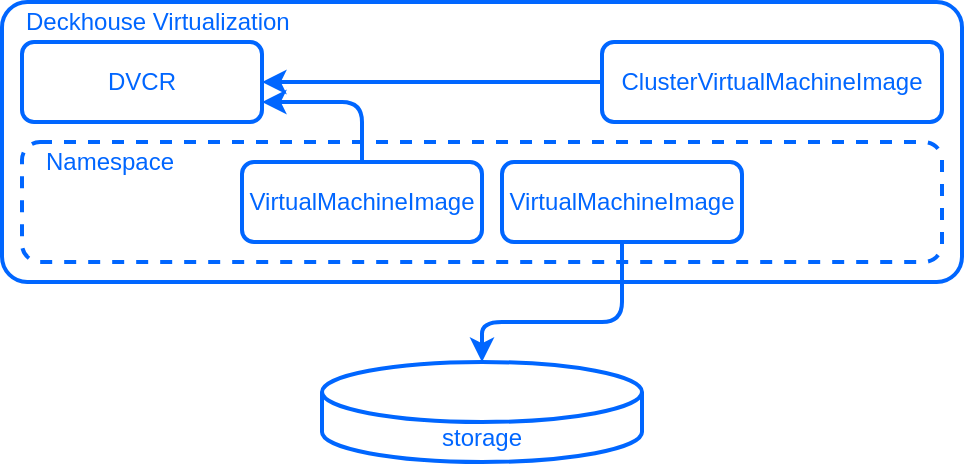
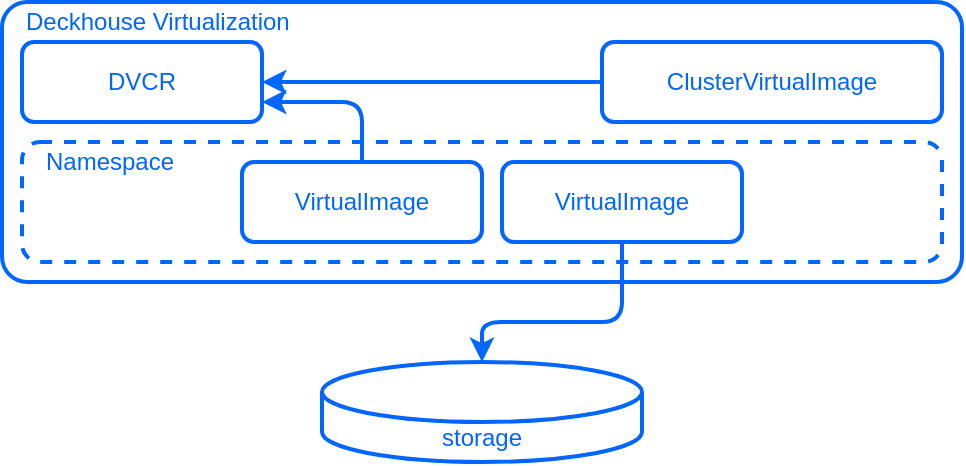
<mxfile host="65bd71144e">
    <diagram id="E2TP2AmZqmfv6rPX08LN" name="Page-1">
        <mxGraphModel dx="711" dy="626" grid="1" gridSize="10" guides="1" tooltips="1" connect="1" arrows="1" fold="1" page="1" pageScale="1" pageWidth="690" pageHeight="980" math="0" shadow="0">
            <root>
                <mxCell id="0"/>
                <mxCell id="1" parent="0"/>
                <mxCell id="2" value="" style="rounded=1;whiteSpace=wrap;html=1;fillColor=#FFFFFF;fontColor=#0066ff;strokeColor=#0066ff;strokeWidth=2;arcSize=9;" parent="1" vertex="1">
                    <mxGeometry x="80" y="260" width="480" height="140" as="geometry"/>
                </mxCell>
                <mxCell id="4" value="" style="rounded=1;whiteSpace=wrap;html=1;dashed=1;fillColor=none;fontColor=#0066ff;strokeColor=#0066ff;strokeWidth=2;" parent="1" vertex="1">
                    <mxGeometry x="90" y="330" width="460" height="60" as="geometry"/>
                </mxCell>
                <mxCell id="5" value="Namespace" style="text;html=1;strokeColor=none;fillColor=none;align=left;verticalAlign=middle;whiteSpace=wrap;rounded=0;fontColor=#0066ff;strokeWidth=2;" parent="1" vertex="1">
                    <mxGeometry x="100" y="330" width="90" height="20" as="geometry"/>
                </mxCell>
                <mxCell id="6" value="Deckhouse Virtualization" style="text;html=1;strokeColor=none;fillColor=none;align=left;verticalAlign=middle;whiteSpace=wrap;rounded=0;fontColor=#0066ff;strokeWidth=2;" parent="1" vertex="1">
                    <mxGeometry x="90" y="260" width="140" height="20" as="geometry"/>
                </mxCell>
                <mxCell id="12" style="edgeStyle=orthogonalEdgeStyle;html=1;exitX=0.5;exitY=1;exitDx=0;exitDy=0;entryX=0.5;entryY=0;entryDx=0;entryDy=0;entryPerimeter=0;fillColor=#f5f5f5;strokeColor=#0066ff;strokeWidth=2;fontColor=#0066ff;" parent="1" source="17" target="11" edge="1">
                    <mxGeometry relative="1" as="geometry">
                        <Array as="points">
                            <mxPoint x="390" y="420"/>
                            <mxPoint x="320" y="420"/>
                        </Array>
                    </mxGeometry>
                </mxCell>
                <mxCell id="14" style="edgeStyle=orthogonalEdgeStyle;html=1;exitX=0.5;exitY=0;exitDx=0;exitDy=0;entryX=1;entryY=0.75;entryDx=0;entryDy=0;fillColor=#f5f5f5;strokeColor=#0066ff;strokeWidth=2;fontColor=#0066ff;" parent="1" source="8" target="13" edge="1">
                    <mxGeometry relative="1" as="geometry"/>
                </mxCell>
-                 <mxCell id="8" value="VirtualMachineImage" style="rounded=1;whiteSpace=wrap;html=1;fillColor=none;fontColor=#0066ff;strokeColor=#0066ff;strokeWidth=2;" parent="1" vertex="1">
+                 <mxCell id="8" value="VirtualImage" style="rounded=1;whiteSpace=wrap;html=1;fillColor=none;fontColor=#0066ff;strokeColor=#0066ff;strokeWidth=2;" parent="1" vertex="1">
                    <mxGeometry x="200" y="340" width="120" height="40" as="geometry"/>
                </mxCell>
                <mxCell id="16" style="edgeStyle=orthogonalEdgeStyle;html=1;exitX=0;exitY=0.5;exitDx=0;exitDy=0;entryX=1;entryY=0.5;entryDx=0;entryDy=0;fillColor=#f5f5f5;strokeColor=#0066ff;strokeWidth=2;fontColor=#0066ff;" parent="1" source="9" target="13" edge="1">
                    <mxGeometry relative="1" as="geometry">
                        <Array as="points">
                            <mxPoint x="340" y="300"/>
                            <mxPoint x="340" y="300"/>
                        </Array>
                    </mxGeometry>
                </mxCell>
-                 <mxCell id="9" value="ClusterVirtualMachineImage" style="rounded=1;whiteSpace=wrap;html=1;fillColor=none;fontColor=#0066ff;strokeColor=#0066ff;strokeWidth=2;" parent="1" vertex="1">
+                 <mxCell id="9" value="ClusterVirtualImage" style="rounded=1;whiteSpace=wrap;html=1;fillColor=none;fontColor=#0066ff;strokeColor=#0066ff;strokeWidth=2;" parent="1" vertex="1">
                    <mxGeometry x="380" y="280" width="170" height="40" as="geometry"/>
                </mxCell>
                <mxCell id="11" value="storage" style="shape=cylinder3;whiteSpace=wrap;html=1;boundedLbl=1;backgroundOutline=1;size=15;fillColor=#FFFFFF;fontColor=#0066ff;strokeColor=#0066ff;strokeWidth=2;" parent="1" vertex="1">
                    <mxGeometry x="240" y="440" width="160" height="50" as="geometry"/>
                </mxCell>
                <mxCell id="13" value="DVCR" style="rounded=1;whiteSpace=wrap;html=1;fillColor=none;fontColor=#0066ff;strokeColor=#0066ff;strokeWidth=2;" parent="1" vertex="1">
                    <mxGeometry x="90" y="280" width="120" height="40" as="geometry"/>
                </mxCell>
-                 <mxCell id="17" value="VirtualMachineImage" style="rounded=1;whiteSpace=wrap;html=1;fillColor=none;fontColor=#0066ff;strokeColor=#0066ff;strokeWidth=2;" parent="1" vertex="1">
+                 <mxCell id="17" value="VirtualImage" style="rounded=1;whiteSpace=wrap;html=1;fillColor=none;fontColor=#0066ff;strokeColor=#0066ff;strokeWidth=2;" parent="1" vertex="1">
                    <mxGeometry x="330" y="340" width="120" height="40" as="geometry"/>
                </mxCell>
            </root>
        </mxGraphModel>
    </diagram>
    <diagram id="3HleheF3-EX4s2hkzfmH" name="Page-2">
        <mxGraphModel grid="1" page="1" gridSize="10" guides="1" tooltips="1" connect="1" arrows="1" fold="1" pageScale="1" pageWidth="690" pageHeight="980" math="0" shadow="0">
            <root>
                <mxCell id="0"/>
                <mxCell id="1" parent="0"/>
            </root>
        </mxGraphModel>
    </diagram>
</mxfile>
